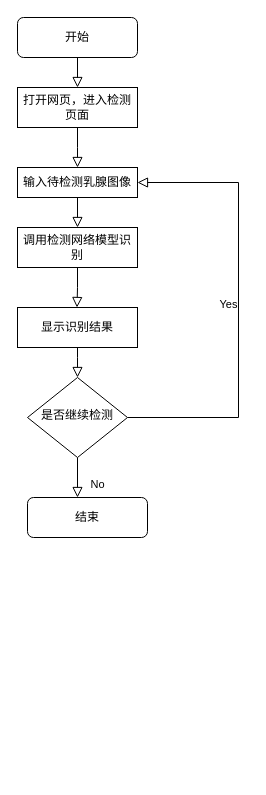
The draw.io diagram 未命名绘图.drawio in LamaPerdu/LamaPerdu, before the edit. Source tidied: cells renumbered, new cells numbered last; positions are measured from the earlier drawing's top-left corner, leaving out a move shared by most shapes. Both pictures are drawn from the tidied source at 100%, with x=0, y=0 at pixel (17, 17).
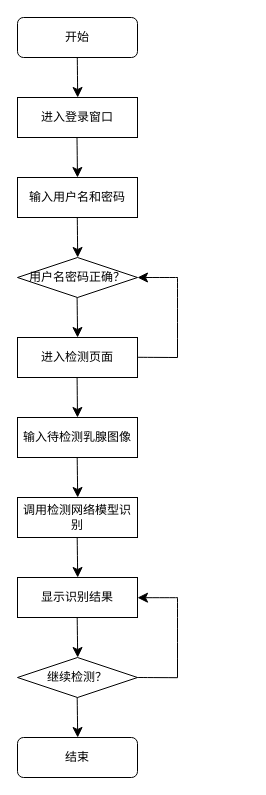
The same page after the edit.

Commit message:
更新未命名绘图.drawio

The change refers to these unchanged cells:
```xml
<mxCell id="2" value="开始" style="rounded=1;whiteSpace=wrap;html=1;fontSize=12;glass=0;strokeWidth=1;shadow=0;" parent="1" vertex="1">
  <mxGeometry width="120" height="40" as="geometry" />
</mxCell>
```

The edit, as a diff of the source:
```diff
@@
-    <mxCell id="3" style="rounded=0;html=1;jettySize=auto;fontSize=11;endArrow=block;endFill=0;endSize=8;strokeWidth=1;shadow=0;labelBackgroundColor=none;edgeStyle=orthogonalEdgeStyle;" parent="1" edge="1" target="6">
-      <mxGeometry x="-0.01" y="20" relative="1" as="geometry">
-        <mxPoint x="60" y="330" as="sourcePoint" />
-        <Array as="points">
-          <mxPoint x="60" y="340" />
-          <mxPoint x="60" y="340" />
-        </Array>
-      </mxGeometry>
-    </mxCell>
-    <mxCell id="4" value="No" style="rounded=0;html=1;jettySize=auto;fontSize=11;endArrow=block;endFill=0;endSize=8;strokeWidth=1;shadow=0;labelBackgroundColor=none;edgeStyle=orthogonalEdgeStyle;" parent="1" edge="1" source="6" target="7">
-      <mxGeometry x="0.33" y="20" relative="1" as="geometry">
-        <Array as="points">
-          <mxPoint x="60" y="510" />
-          <mxPoint x="60" y="510" />
-        </Array>
-      </mxGeometry>
-    </mxCell>
-    <mxCell id="5" value="Yes" style="edgeStyle=orthogonalEdgeStyle;rounded=0;html=1;jettySize=auto;fontSize=11;endArrow=block;endFill=0;endSize=8;strokeWidth=1;shadow=0;labelBackgroundColor=none;entryX=1;entryY=0.5;entryDx=0;entryDy=0;" parent="1" edge="1" source="6" target="10">
-      <mxGeometry y="10" relative="1" as="geometry">
-        <Array as="points">
-          <mxPoint x="221" y="400" />
-          <mxPoint x="221" y="165" />
-        </Array>
-      </mxGeometry>
-    </mxCell>
-    <mxCell id="6" value="是否继续检测" style="rhombus;whiteSpace=wrap;html=1;shadow=0;fontFamily=Helvetica;fontSize=12;align=center;strokeWidth=1;spacing=6;spacingTop=-4;" parent="1" vertex="1">
-      <mxGeometry x="10" y="360" width="100" height="80" as="geometry" />
-    </mxCell>
     <mxCell id="7" value="结束" style="rounded=1;whiteSpace=wrap;html=1;fontSize=12;glass=0;strokeWidth=1;shadow=0;" parent="1" vertex="1">
-      <mxGeometry x="10" y="480" width="120" height="40" as="geometry" />
+      <mxGeometry y="720" width="120" height="40" as="geometry" />
     </mxCell>
-    <mxCell id="8" style="rounded=0;html=1;jettySize=auto;fontSize=11;endArrow=block;endFill=0;endSize=8;strokeWidth=1;shadow=0;labelBackgroundColor=none;edgeStyle=orthogonalEdgeStyle;" parent="1" edge="1" source="2" target="9">
-      <mxGeometry relative="1" as="geometry" />
-    </mxCell>
-    <mxCell id="9" value="打开网页，进入检测页面" style="rounded=0;whiteSpace=wrap;html=1;" parent="1" vertex="1">
-      <mxGeometry y="70" width="120" height="40" as="geometry" />
+    <mxCell id="9" value="进入登录窗口" style="rounded=0;whiteSpace=wrap;html=1;" parent="1" vertex="1">
+      <mxGeometry y="80" width="120" height="40" as="geometry" />
     </mxCell>
     <mxCell id="10" value="输入待检测乳腺图像" style="rounded=0;whiteSpace=wrap;html=1;" parent="1" vertex="1">
-      <mxGeometry y="150" width="120" height="30" as="geometry" />
+      <mxGeometry y="400" width="120" height="40" as="geometry" />
     </mxCell>
     <mxCell id="11" value="调用检测网络模型识别" style="rounded=0;whiteSpace=wrap;html=1;" parent="1" vertex="1">
-      <mxGeometry y="210" width="120" height="40" as="geometry" />
+      <mxGeometry y="480" width="120" height="40" as="geometry" />
     </mxCell>
     <mxCell id="12" value="显示识别结果" style="rounded=0;whiteSpace=wrap;html=1;" parent="1" vertex="1">
-      <mxGeometry y="290" width="120" height="40" as="geometry" />
+      <mxGeometry y="560" width="120" height="40" as="geometry" />
     </mxCell>
-    <mxCell id="13" style="rounded=0;html=1;jettySize=auto;fontSize=11;endArrow=block;endFill=0;endSize=8;strokeWidth=1;shadow=0;labelBackgroundColor=none;edgeStyle=orthogonalEdgeStyle;exitX=0.5;exitY=1;exitDx=0;exitDy=0;" parent="1" edge="1" source="11">
-      <mxGeometry x="-0.01" y="20" relative="1" as="geometry">
-        <mxPoint x="59.5" y="290" as="targetPoint" />
-        <Array as="points">
-          <mxPoint x="60" y="270" />
-        </Array>
-      </mxGeometry>
-    </mxCell>
-    <mxCell id="14" style="rounded=0;html=1;jettySize=auto;fontSize=11;endArrow=block;endFill=0;endSize=8;strokeWidth=1;shadow=0;labelBackgroundColor=none;edgeStyle=orthogonalEdgeStyle;exitX=0.5;exitY=1;exitDx=0;exitDy=0;" parent="1" edge="1" source="9">
-      <mxGeometry relative="1" as="geometry">
-        <mxPoint x="60" y="150" as="targetPoint" />
-      </mxGeometry>
-    </mxCell>
-    <mxCell id="15" style="rounded=0;html=1;jettySize=auto;fontSize=11;endArrow=block;endFill=0;endSize=8;strokeWidth=1;shadow=0;labelBackgroundColor=none;edgeStyle=orthogonalEdgeStyle;exitX=0.5;exitY=1;exitDx=0;exitDy=0;" parent="1" edge="1" source="10">
-      <mxGeometry relative="1" as="geometry">
-        <mxPoint x="60" y="210" as="targetPoint" />
-      </mxGeometry>
-    </mxCell>
+    <mxCell id="16" value="进入检测页面" style="rounded=0;whiteSpace=wrap;html=1;" parent="1" vertex="1">
+      <mxGeometry y="320" width="120" height="40" as="geometry" />
+    </mxCell>
+    <mxCell id="17" value="输入用户名和密码" style="rounded=0;whiteSpace=wrap;html=1;" parent="1" vertex="1">
+      <mxGeometry y="160" width="120" height="40" as="geometry" />
+    </mxCell>
+    <mxCell id="18" value="用户名密码正确？" style="rhombus;whiteSpace=wrap;html=1;" parent="1" vertex="1">
+      <mxGeometry y="240" width="120" height="40" as="geometry" />
+    </mxCell>
+    <mxCell id="19" style="endArrow=classic;html=1;rounded=0;fontSize=12;startSize=8;endSize=8;curved=1;entryX=0.5;entryY=0;entryDx=0;entryDy=0;" parent="1" edge="1" target="17">
+      <mxGeometry relative="1" as="geometry">
+        <mxPoint x="59.5" y="120" as="sourcePoint" />
+      </mxGeometry>
+    </mxCell>
+    <mxCell id="20" style="endArrow=classic;html=1;rounded=0;fontSize=12;startSize=8;endSize=8;curved=1;entryX=0.5;entryY=0;entryDx=0;entryDy=0;" parent="1" edge="1">
+      <mxGeometry relative="1" as="geometry">
+        <mxPoint x="59.8" y="40" as="sourcePoint" />
+        <mxPoint x="60.2" y="80" as="targetPoint" />
+      </mxGeometry>
+    </mxCell>
+    <mxCell id="21" style="endArrow=classic;html=1;rounded=0;fontSize=12;startSize=8;endSize=8;curved=1;entryX=0.5;entryY=0;entryDx=0;entryDy=0;" parent="1" edge="1">
+      <mxGeometry relative="1" as="geometry">
+        <mxPoint x="59.8" y="200" as="sourcePoint" />
+        <mxPoint x="60.2" y="240" as="targetPoint" />
+      </mxGeometry>
+    </mxCell>
+    <mxCell id="22" style="endArrow=classic;html=1;rounded=0;fontSize=12;startSize=8;endSize=8;curved=1;entryX=0.5;entryY=0;entryDx=0;entryDy=0;" parent="1" edge="1">
+      <mxGeometry relative="1" as="geometry">
+        <mxPoint x="59.6" y="280" as="sourcePoint" />
+        <mxPoint x="60.1" y="320" as="targetPoint" />
+      </mxGeometry>
+    </mxCell>
+    <mxCell id="23" style="endArrow=none;html=1;rounded=0;fontSize=12;startSize=8;endSize=8;curved=1;" parent="1" edge="1">
+      <mxGeometry relative="1" as="geometry">
+        <mxPoint x="160" y="259.8" as="sourcePoint" />
+        <mxPoint x="160" y="340" as="targetPoint" />
+      </mxGeometry>
+    </mxCell>
+    <mxCell id="24" style="endArrow=none;html=1;rounded=0;fontSize=12;startSize=8;endSize=8;curved=1;" parent="1" edge="1">
+      <mxGeometry relative="1" as="geometry">
+        <mxPoint x="120" y="339.8" as="sourcePoint" />
+        <mxPoint x="160" y="340" as="targetPoint" />
+      </mxGeometry>
+    </mxCell>
+    <mxCell id="25" style="endArrow=classic;html=1;rounded=0;fontSize=12;startSize=8;endSize=8;curved=1;entryX=1;entryY=0.5;entryDx=0;entryDy=0;" parent="1" edge="1" target="18">
+      <mxGeometry relative="1" as="geometry">
+        <mxPoint x="160" y="260" as="sourcePoint" />
+      </mxGeometry>
+    </mxCell>
+    <mxCell id="26" style="endArrow=classic;html=1;rounded=0;fontSize=12;startSize=8;endSize=8;curved=1;entryX=0.5;entryY=0;entryDx=0;entryDy=0;" parent="1" edge="1">
+      <mxGeometry relative="1" as="geometry">
+        <mxPoint x="59.6" y="360" as="sourcePoint" />
+        <mxPoint x="60" y="400" as="targetPoint" />
+      </mxGeometry>
+    </mxCell>
+    <mxCell id="27" style="endArrow=classic;html=1;rounded=0;fontSize=12;startSize=8;endSize=8;curved=1;entryX=0.5;entryY=0;entryDx=0;entryDy=0;" parent="1" edge="1">
+      <mxGeometry relative="1" as="geometry">
+        <mxPoint x="59.7" y="440" as="sourcePoint" />
+        <mxPoint x="60.2" y="480" as="targetPoint" />
+      </mxGeometry>
+    </mxCell>
+    <mxCell id="28" style="endArrow=classic;html=1;rounded=0;fontSize=12;startSize=8;endSize=8;curved=1;entryX=0.5;entryY=0;entryDx=0;entryDy=0;" parent="1" edge="1">
+      <mxGeometry relative="1" as="geometry">
+        <mxPoint x="59.7" y="520" as="sourcePoint" />
+        <mxPoint x="60.2" y="560" as="targetPoint" />
+      </mxGeometry>
+    </mxCell>
+    <mxCell id="29" value="继续检测？" style="rhombus;whiteSpace=wrap;html=1;" parent="1" vertex="1">
+      <mxGeometry y="640" width="120" height="40" as="geometry" />
+    </mxCell>
+    <mxCell id="30" style="endArrow=classic;html=1;rounded=0;fontSize=12;startSize=8;endSize=8;curved=1;entryX=0.5;entryY=0;entryDx=0;entryDy=0;" parent="1" edge="1">
+      <mxGeometry relative="1" as="geometry">
+        <mxPoint x="59.7" y="600" as="sourcePoint" />
+        <mxPoint x="60.2" y="640" as="targetPoint" />
+      </mxGeometry>
+    </mxCell>
+    <mxCell id="31" style="endArrow=classic;html=1;rounded=0;fontSize=12;startSize=8;endSize=8;curved=1;entryX=0.5;entryY=0;entryDx=0;entryDy=0;" parent="1" edge="1">
+      <mxGeometry relative="1" as="geometry">
+        <mxPoint x="59.7" y="680" as="sourcePoint" />
+        <mxPoint x="60.2" y="720" as="targetPoint" />
+      </mxGeometry>
+    </mxCell>
+    <mxCell id="32" style="endArrow=none;html=1;rounded=0;fontSize=12;startSize=8;endSize=8;curved=1;" parent="1" edge="1">
+      <mxGeometry relative="1" as="geometry">
+        <mxPoint x="160" y="580" as="sourcePoint" />
+        <mxPoint x="160" y="660.2" as="targetPoint" />
+      </mxGeometry>
+    </mxCell>
+    <mxCell id="33" style="endArrow=none;html=1;rounded=0;fontSize=12;startSize=8;endSize=8;curved=1;" parent="1" edge="1">
+      <mxGeometry relative="1" as="geometry">
+        <mxPoint x="120" y="660" as="sourcePoint" />
+        <mxPoint x="160" y="660.2" as="targetPoint" />
+      </mxGeometry>
+    </mxCell>
+    <mxCell id="34" style="endArrow=classic;html=1;rounded=0;fontSize=12;startSize=8;endSize=8;curved=1;entryX=1;entryY=0.5;entryDx=0;entryDy=0;" parent="1" edge="1">
+      <mxGeometry relative="1" as="geometry">
+        <mxPoint x="160" y="580.2" as="sourcePoint" />
+        <mxPoint x="120" y="580.2" as="targetPoint" />
+      </mxGeometry>
+    </mxCell>
```
